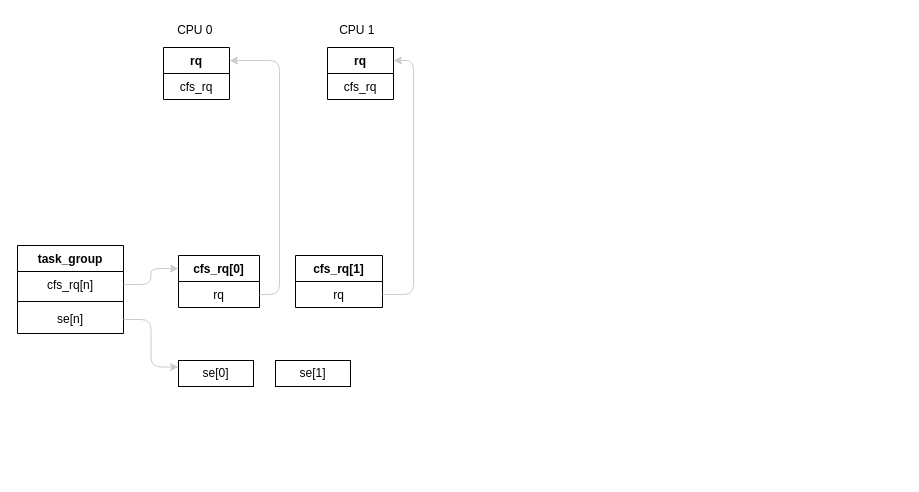
The draw.io diagram 组调度.drawio in xiong-19/draw.io, before the edit. Source tidied: cells renumbered, new cells numbered last; positions are measured from the earlier drawing's top-left corner, leaving out a move shared by most shapes. Both pictures are drawn from the tidied source at 100%, with x=0, y=0 at pixel (17, 17).
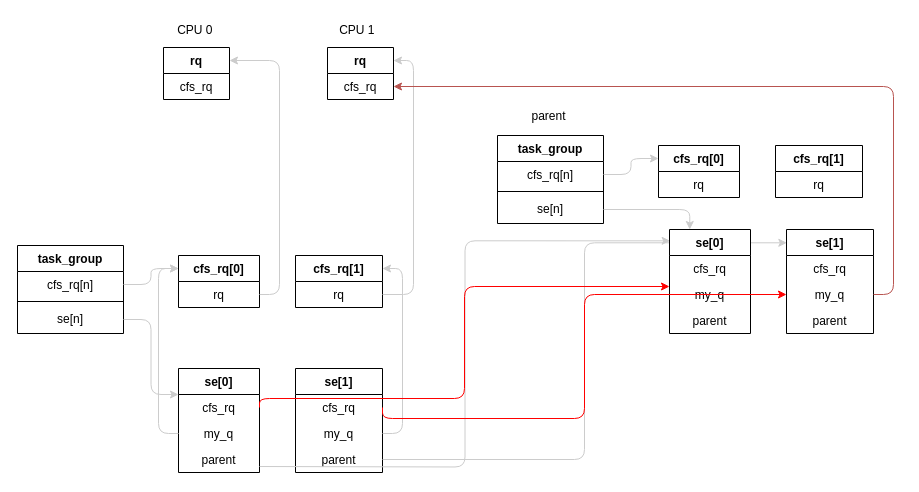
The same page after the edit.

Commit message (it also covers changes not shown here):
更新组调度.drawio

Unchanged cells that the change refers to:
```xml
<mxCell id="6" value="cfs_rq" style="text;strokeColor=none;fillColor=none;align=center;verticalAlign=top;spacingLeft=4;spacingRight=4;overflow=hidden;points=[[0,0.5],[1,0.5]];portConstraint=eastwest;whiteSpace=wrap;html=1;" parent="5" vertex="1">
  <mxGeometry y="26" width="66" height="26" as="geometry" />
</mxCell>
<mxCell id="11" value="se[n]" style="text;strokeColor=none;fillColor=none;align=center;verticalAlign=top;spacingLeft=4;spacingRight=4;overflow=hidden;points=[[0,0.5],[1,0.5]];portConstraint=eastwest;whiteSpace=wrap;html=1;" parent="8" vertex="1">
  <mxGeometry y="60" width="106" height="28" as="geometry" />
</mxCell>
<mxCell id="15" value="cfs_rq[0]" style="swimlane;fontStyle=1;align=center;verticalAlign=top;horizontal=1;startSize=26;whiteSpace=wrap;html=1;" parent="1" vertex="1">
  <mxGeometry x="161" y="238" width="81" height="52" as="geometry" />
</mxCell>
<mxCell id="17" value="cfs_rq[1]" style="swimlane;fontStyle=1;align=center;verticalAlign=top;horizontal=1;startSize=26;whiteSpace=wrap;html=1;" parent="1" vertex="1">
  <mxGeometry x="278" y="238" width="87" height="52" as="geometry" />
</mxCell>
```

What changed in the source:
```diff
@@
-    <mxCell id="12" value="se[0]" style="html=1;whiteSpace=wrap;" parent="1" vertex="1">
-      <mxGeometry x="161" y="343" width="75" height="26" as="geometry" />
-    </mxCell>
-    <mxCell id="13" value="se[1]" style="html=1;whiteSpace=wrap;" parent="1" vertex="1">
-      <mxGeometry x="258" y="343" width="75" height="26" as="geometry" />
-    </mxCell>
-    <mxCell id="14" style="edgeStyle=orthogonalEdgeStyle;rounded=1;jettySize=auto;html=1;exitX=1;exitY=0.5;exitDx=0;exitDy=0;entryX=0;entryY=0.25;entryDx=0;entryDy=0;curved=0;strokeColor=#CCCCCC;" parent="1" edge="1" source="11" target="12">
+    <mxCell id="14" style="edgeStyle=orthogonalEdgeStyle;rounded=1;jettySize=auto;html=1;exitX=1;exitY=0.5;exitDx=0;exitDy=0;entryX=0;entryY=0.25;entryDx=0;entryDy=0;curved=0;strokeColor=#CCCCCC;" parent="1" edge="1" source="11" target="33">
       <mxGeometry relative="1" as="geometry" />
     </mxCell>
@@
+    <mxCell id="22" value="task_group" style="swimlane;fontStyle=1;align=center;verticalAlign=top;horizontal=1;startSize=26;whiteSpace=wrap;html=1;" parent="1" vertex="1">
+      <mxGeometry x="480" y="118" width="106" height="88" as="geometry" />
+    </mxCell>
+    <mxCell id="23" value="cfs_rq[n]" style="text;strokeColor=none;fillColor=none;align=center;verticalAlign=top;spacingLeft=4;spacingRight=4;overflow=hidden;points=[[0,0.5],[1,0.5]];portConstraint=eastwest;whiteSpace=wrap;html=1;" parent="22" vertex="1">
+      <mxGeometry y="26" width="106" height="26" as="geometry" />
+    </mxCell>
+    <mxCell id="24" style="line;strokeWidth=1;fillColor=none;align=center;verticalAlign=middle;spacingTop=-1;spacingLeft=3;spacingRight=3;labelPosition=right;strokeColor=inherit;" parent="22" vertex="1">
+      <mxGeometry y="52" width="106" height="8" as="geometry" />
+    </mxCell>
+    <mxCell id="25" value="se[n]" style="text;strokeColor=none;fillColor=none;align=center;verticalAlign=top;spacingLeft=4;spacingRight=4;overflow=hidden;points=[[0,0.5],[1,0.5]];portConstraint=eastwest;whiteSpace=wrap;html=1;" parent="22" vertex="1">
+      <mxGeometry y="60" width="106" height="28" as="geometry" />
+    </mxCell>
+    <mxCell id="26" style="edgeStyle=orthogonalEdgeStyle;rounded=1;jettySize=auto;html=1;exitX=1;exitY=0.5;exitDx=0;exitDy=0;entryX=0.25;entryY=0;entryDx=0;entryDy=0;curved=0;strokeColor=#CCCCCC;" parent="1" edge="1" source="25" target="45">
+      <mxGeometry relative="1" as="geometry" />
+    </mxCell>
+    <mxCell id="27" value="cfs_rq[0]" style="swimlane;fontStyle=1;align=center;verticalAlign=top;horizontal=1;startSize=26;whiteSpace=wrap;html=1;" parent="1" vertex="1">
+      <mxGeometry x="641" y="128" width="81" height="52" as="geometry" />
+    </mxCell>
+    <mxCell id="28" value="rq" style="text;strokeColor=none;fillColor=none;align=center;verticalAlign=top;spacingLeft=4;spacingRight=4;overflow=hidden;whiteSpace=wrap;html=1;" parent="27" vertex="1">
+      <mxGeometry y="26" width="81" height="26" as="geometry" />
+    </mxCell>
+    <mxCell id="29" value="cfs_rq[1]" style="swimlane;fontStyle=1;align=center;verticalAlign=top;horizontal=1;startSize=26;whiteSpace=wrap;html=1;" parent="1" vertex="1">
+      <mxGeometry x="758" y="128" width="87" height="52" as="geometry" />
+    </mxCell>
+    <mxCell id="30" value="rq" style="text;strokeColor=none;fillColor=none;align=center;verticalAlign=top;spacingLeft=4;spacingRight=4;overflow=hidden;whiteSpace=wrap;html=1;" parent="29" vertex="1">
+      <mxGeometry y="26" width="87" height="26" as="geometry" />
+    </mxCell>
+    <mxCell id="31" style="edgeStyle=orthogonalEdgeStyle;rounded=1;jettySize=auto;html=1;exitX=1;exitY=0.5;exitDx=0;exitDy=0;entryX=0;entryY=0.25;entryDx=0;entryDy=0;curved=0;strokeColor=#CCCCCC;" parent="1" edge="1" source="23" target="27">
+      <mxGeometry relative="1" as="geometry" />
+    </mxCell>
+    <mxCell id="32" value="parent" style="text;html=1;align=center;verticalAlign=middle;strokeColor=none;fillColor=none;" parent="1" vertex="1">
+      <mxGeometry x="505" y="86" width="52" height="26" as="geometry" />
+    </mxCell>
+    <mxCell id="33" value="se[0]" style="swimlane;fontStyle=1;align=center;verticalAlign=top;horizontal=1;startSize=26;whiteSpace=wrap;html=1;" parent="1" vertex="1">
+      <mxGeometry x="161" y="351" width="81" height="104" as="geometry" />
+    </mxCell>
+    <mxCell id="34" value="cfs_rq" style="text;strokeColor=none;fillColor=none;align=center;verticalAlign=top;spacingLeft=4;spacingRight=4;overflow=hidden;points=[[0,0.5],[1,0.5]];portConstraint=eastwest;whiteSpace=wrap;html=1;" parent="33" vertex="1">
+      <mxGeometry y="26" width="81" height="26" as="geometry" />
+    </mxCell>
+    <mxCell id="35" value="my_q" style="text;strokeColor=none;fillColor=none;align=center;verticalAlign=top;spacingLeft=4;spacingRight=4;overflow=hidden;points=[[0,0.5],[1,0.5]];portConstraint=eastwest;whiteSpace=wrap;html=1;" parent="33" vertex="1">
+      <mxGeometry y="52" width="81" height="26" as="geometry" />
+    </mxCell>
+    <mxCell id="36" value="parent" style="text;strokeColor=none;fillColor=none;align=center;verticalAlign=top;spacingLeft=4;spacingRight=4;overflow=hidden;whiteSpace=wrap;html=1;" parent="33" vertex="1">
+      <mxGeometry y="78" width="81" height="26" as="geometry" />
+    </mxCell>
+    <mxCell id="37" value="se[1]" style="swimlane;fontStyle=1;align=center;verticalAlign=top;horizontal=1;startSize=26;whiteSpace=wrap;html=1;" parent="1" vertex="1">
+      <mxGeometry x="278" y="351" width="87" height="104" as="geometry" />
+    </mxCell>
+    <mxCell id="38" value="cfs_rq" style="text;strokeColor=none;fillColor=none;align=center;verticalAlign=top;spacingLeft=4;spacingRight=4;overflow=hidden;points=[[0,0.5],[1,0.5]];portConstraint=eastwest;whiteSpace=wrap;html=1;" parent="37" vertex="1">
+      <mxGeometry y="26" width="87" height="26" as="geometry" />
+    </mxCell>
+    <mxCell id="39" value="my_q" style="text;strokeColor=none;fillColor=none;align=center;verticalAlign=top;spacingLeft=4;spacingRight=4;overflow=hidden;points=[[0,0.5],[1,0.5]];portConstraint=eastwest;whiteSpace=wrap;html=1;" parent="37" vertex="1">
+      <mxGeometry y="52" width="87" height="26" as="geometry" />
+    </mxCell>
+    <mxCell id="40" value="parent" style="text;strokeColor=none;fillColor=none;align=center;verticalAlign=top;spacingLeft=4;spacingRight=4;overflow=hidden;points=[[0,0.5],[1,0.5]];portConstraint=eastwest;whiteSpace=wrap;html=1;" parent="37" vertex="1">
+      <mxGeometry y="78" width="87" height="26" as="geometry" />
+    </mxCell>
+    <mxCell id="41" style="edgeStyle=orthogonalEdgeStyle;rounded=1;jettySize=auto;html=1;exitX=0;exitY=0.5;exitDx=0;exitDy=0;entryX=0;entryY=0.25;entryDx=0;entryDy=0;curved=0;strokeColor=#CCCCCC;" parent="1" edge="1" source="35" target="15">
+      <mxGeometry relative="1" as="geometry" />
+    </mxCell>
+    <mxCell id="42" style="edgeStyle=orthogonalEdgeStyle;rounded=1;jettySize=auto;html=1;exitX=1;exitY=0.5;exitDx=0;exitDy=0;entryX=1;entryY=0.25;entryDx=0;entryDy=0;strokeColor=#CCCCCC;curved=0;" parent="1" edge="1" source="39" target="17">
+      <mxGeometry relative="1" as="geometry" />
+    </mxCell>
+    <mxCell id="43" style="edgeStyle=orthogonalEdgeStyle;rounded=1;jettySize=auto;html=1;exitX=1;exitY=0.5;exitDx=0;exitDy=0;entryX=0.008;entryY=0.109;entryDx=0;entryDy=0;curved=0;strokeColor=#CCCCCC;entryPerimeter=0;" parent="1" edge="1" target="45">
+      <mxGeometry relative="1" as="geometry">
+        <mxPoint x="242" y="449" as="sourcePoint" />
+      </mxGeometry>
+    </mxCell>
+    <mxCell id="44" style="edgeStyle=orthogonalEdgeStyle;rounded=1;jettySize=auto;html=1;exitX=1;exitY=0.5;exitDx=0;exitDy=0;entryX=0.004;entryY=0.128;entryDx=0;entryDy=0;entryPerimeter=0;curved=0;strokeColor=#CCCCCC;" parent="1" edge="1" source="40" target="49">
+      <mxGeometry relative="1" as="geometry" />
+    </mxCell>
+    <mxCell id="45" value="se[0]" style="swimlane;fontStyle=1;align=center;verticalAlign=top;horizontal=1;startSize=26;whiteSpace=wrap;html=1;" parent="1" vertex="1">
+      <mxGeometry x="652" y="212" width="81" height="104" as="geometry" />
+    </mxCell>
+    <mxCell id="46" value="cfs_rq" style="text;strokeColor=none;fillColor=none;align=center;verticalAlign=top;spacingLeft=4;spacingRight=4;overflow=hidden;whiteSpace=wrap;html=1;" parent="45" vertex="1">
+      <mxGeometry y="26" width="81" height="26" as="geometry" />
+    </mxCell>
+    <mxCell id="47" value="my_q" style="text;strokeColor=none;fillColor=none;align=center;verticalAlign=top;spacingLeft=4;spacingRight=4;overflow=hidden;points=[[0,0.5],[1,0.5]];portConstraint=eastwest;whiteSpace=wrap;html=1;" parent="45" vertex="1">
+      <mxGeometry y="52" width="81" height="26" as="geometry" />
+    </mxCell>
+    <mxCell id="48" value="parent" style="text;strokeColor=none;fillColor=none;align=center;verticalAlign=top;spacingLeft=4;spacingRight=4;overflow=hidden;whiteSpace=wrap;html=1;" parent="45" vertex="1">
+      <mxGeometry y="78" width="81" height="26" as="geometry" />
+    </mxCell>
+    <mxCell id="49" value="se[1]" style="swimlane;fontStyle=1;align=center;verticalAlign=top;horizontal=1;startSize=26;whiteSpace=wrap;html=1;" parent="1" vertex="1">
+      <mxGeometry x="769" y="212" width="87" height="104" as="geometry" />
+    </mxCell>
+    <mxCell id="50" value="cfs_rq" style="text;strokeColor=none;fillColor=none;align=center;verticalAlign=top;spacingLeft=4;spacingRight=4;overflow=hidden;whiteSpace=wrap;html=1;" parent="49" vertex="1">
+      <mxGeometry y="26" width="87" height="26" as="geometry" />
+    </mxCell>
+    <mxCell id="51" value="my_q" style="text;strokeColor=none;fillColor=none;align=center;verticalAlign=top;spacingLeft=4;spacingRight=4;overflow=hidden;points=[[0,0.5],[1,0.5]];portConstraint=eastwest;whiteSpace=wrap;html=1;" parent="49" vertex="1">
+      <mxGeometry y="52" width="87" height="26" as="geometry" />
+    </mxCell>
+    <mxCell id="52" value="parent" style="text;strokeColor=none;fillColor=none;align=center;verticalAlign=top;spacingLeft=4;spacingRight=4;overflow=hidden;whiteSpace=wrap;html=1;" parent="49" vertex="1">
+      <mxGeometry y="78" width="87" height="26" as="geometry" />
+    </mxCell>
+    <mxCell id="53" style="edgeStyle=orthogonalEdgeStyle;rounded=1;jettySize=auto;html=1;exitX=1;exitY=0.5;exitDx=0;exitDy=0;entryX=0;entryY=0.5;entryDx=0;entryDy=0;curved=0;strokeColor=#FF0000;" parent="1" edge="1" source="38" target="51">
+      <mxGeometry relative="1" as="geometry">
+        <Array as="points">
+          <mxPoint x="365" y="401" />
+          <mxPoint x="567" y="401" />
+          <mxPoint x="567" y="277" />
+        </Array>
+      </mxGeometry>
+    </mxCell>
+    <mxCell id="54" style="edgeStyle=orthogonalEdgeStyle;rounded=1;jettySize=auto;html=1;exitX=1;exitY=0.5;exitDx=0;exitDy=0;curved=0;strokeColor=#FF0000;" parent="1" edge="1" source="34" target="47">
+      <mxGeometry relative="1" as="geometry">
+        <Array as="points">
+          <mxPoint x="242" y="381" />
+          <mxPoint x="447" y="381" />
+          <mxPoint x="447" y="269" />
+        </Array>
+      </mxGeometry>
+    </mxCell>
+    <mxCell id="55" style="edgeStyle=orthogonalEdgeStyle;rounded=1;jettySize=auto;html=1;exitX=1;exitY=0.5;exitDx=0;exitDy=0;entryX=1;entryY=0.5;entryDx=0;entryDy=0;fillColor=#f8cecc;strokeColor=#b85450;curved=0;" parent="1" edge="1" source="51" target="6">
+      <mxGeometry relative="1" as="geometry" />
+    </mxCell>
```
